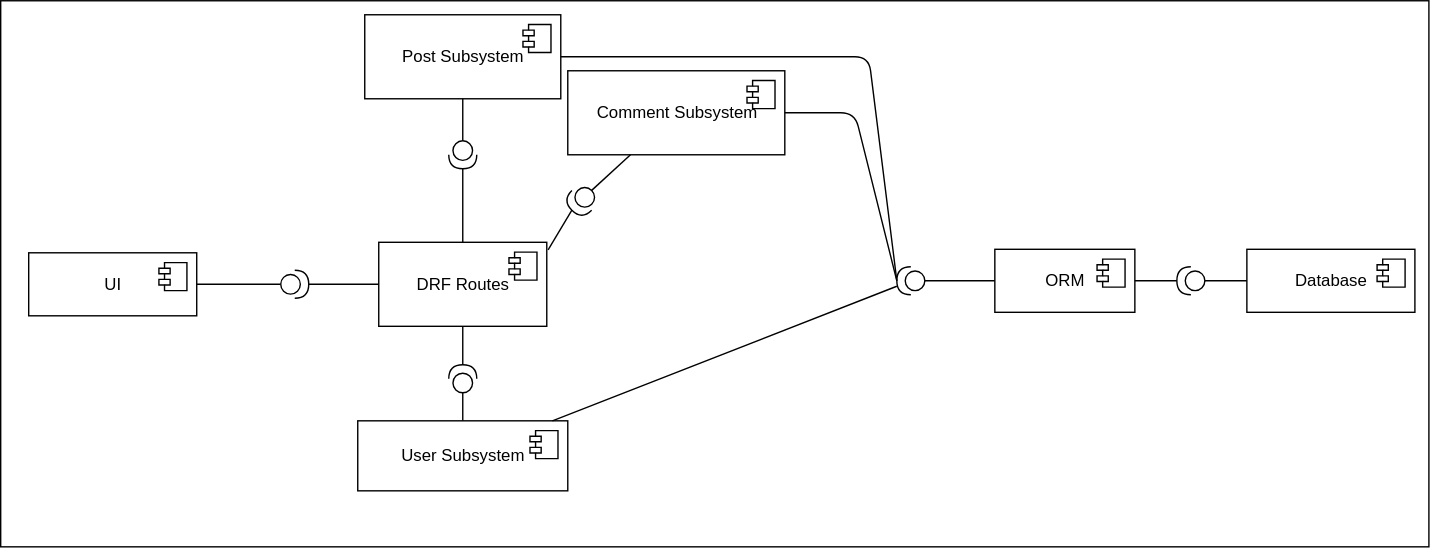
Above: dev-docs/plan/design/subsystems/decomposition.drawio.svg in Natan-Asrat/ventingapp (draw.io), before the change. Source tidied: cells renumbered, new cells last; positions are measured from the earlier drawing's top-left corner, leaving out a move shared by most shapes.
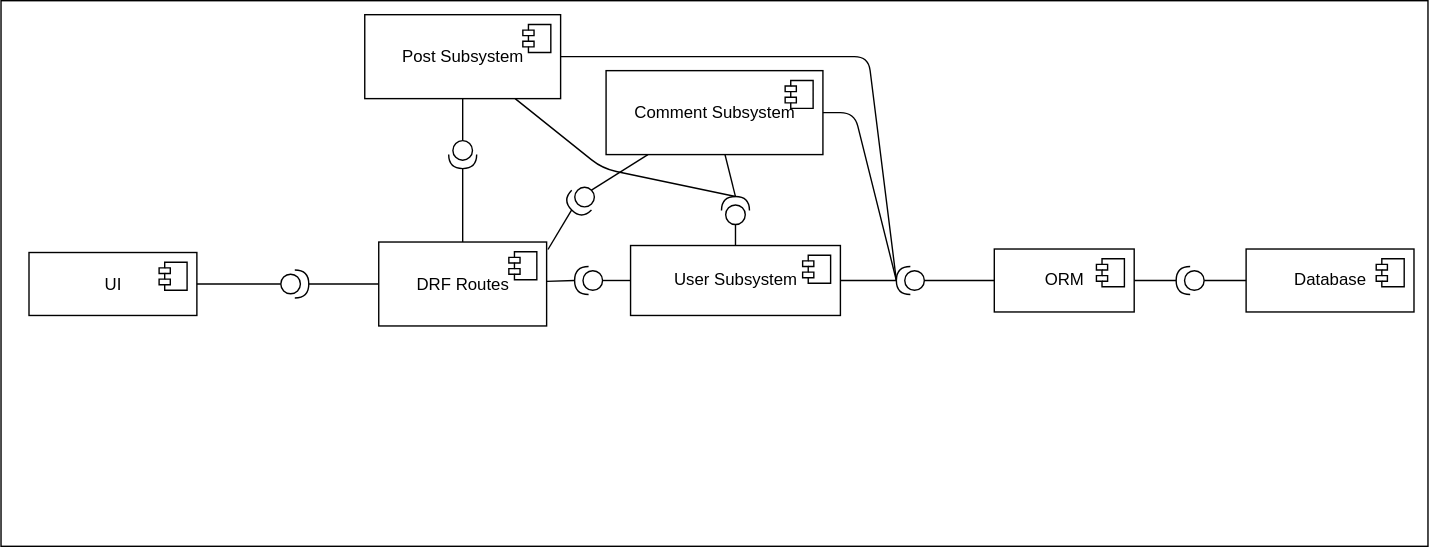
Above is the later version.

Commit message:
update component diagram

Diff of the diagram source:
```diff
@@ -6,7 +6,7 @@
       <mxGeometry width="1020" height="390" as="geometry" />
     </mxCell>
     <mxCell id="3" value="User Subsystem" style="html=1;" parent="1" vertex="1">
-      <mxGeometry x="255" y="300" width="150" height="50" as="geometry" />
+      <mxGeometry x="450" y="175" width="150" height="50" as="geometry" />
     </mxCell>
     <mxCell id="4" style="shape=module;jettyWidth=8;jettyHeight=4;" parent="3" vertex="1">
       <mxGeometry x="1" width="20" height="20" relative="1" as="geometry">
@@ -44,8 +44,8 @@
     <mxCell id="13" style="edgeStyle=none;html=1;endArrow=none;endFill=0;" parent="1" edge="1" source="14" target="3">
       <mxGeometry relative="1" as="geometry" />
     </mxCell>
-    <mxCell id="14" style="shape=providedRequiredInterface;html=1;verticalLabelPosition=bottom;sketch=0;rotation=-90;" parent="1" vertex="1">
-      <mxGeometry x="320" y="260" width="20" height="20" as="geometry" />
+    <mxCell id="14" style="shape=providedRequiredInterface;html=1;verticalLabelPosition=bottom;sketch=0;rotation=-180;" parent="1" vertex="1">
+      <mxGeometry x="410" y="190" width="20" height="20" as="geometry" />
     </mxCell>
     <mxCell id="15" value="ORM" style="html=1;" parent="1" vertex="1">
       <mxGeometry x="710" y="177.5" width="100" height="45" as="geometry" />
@@ -105,8 +105,11 @@
         </Array>
       </mxGeometry>
     </mxCell>
+    <mxCell id="37" style="edgeStyle=none;html=1;entryX=1;entryY=0.5;entryDx=0;entryDy=0;entryPerimeter=0;endArrow=none;endFill=0;" parent="1" edge="1" source="31" target="39">
+      <mxGeometry relative="1" as="geometry" />
+    </mxCell>
     <mxCell id="31" value="Comment Subsystem" style="html=1;" parent="1" vertex="1">
-      <mxGeometry x="405" y="50" width="155" height="60" as="geometry" />
+      <mxGeometry x="432.5" y="50" width="155" height="60" as="geometry" />
     </mxCell>
     <mxCell id="32" style="shape=module;jettyWidth=8;jettyHeight=4;" parent="31" vertex="1">
       <mxGeometry x="1" width="20" height="20" relative="1" as="geometry">
@@ -129,5 +132,18 @@
         </Array>
       </mxGeometry>
     </mxCell>
+    <mxCell id="38" style="edgeStyle=none;html=1;endArrow=none;endFill=0;" parent="1" edge="1" source="39" target="3">
+      <mxGeometry relative="1" as="geometry" />
+    </mxCell>
+    <mxCell id="39" style="shape=providedRequiredInterface;html=1;verticalLabelPosition=bottom;sketch=0;rotation=-90;" parent="1" vertex="1">
+      <mxGeometry x="515" y="140" width="20" height="20" as="geometry" />
+    </mxCell>
+    <mxCell id="40" style="endArrow=none;html=1;exitX=1;exitY=0.5;exitDx=0;exitDy=0;exitPerimeter=0;" parent="1" edge="1" source="39" target="27">
+      <mxGeometry relative="1" as="geometry">
+        <Array as="points">
+          <mxPoint x="430" y="120" />
+        </Array>
+      </mxGeometry>
+    </mxCell>
   </root>
 </mxGraphModel>
```
